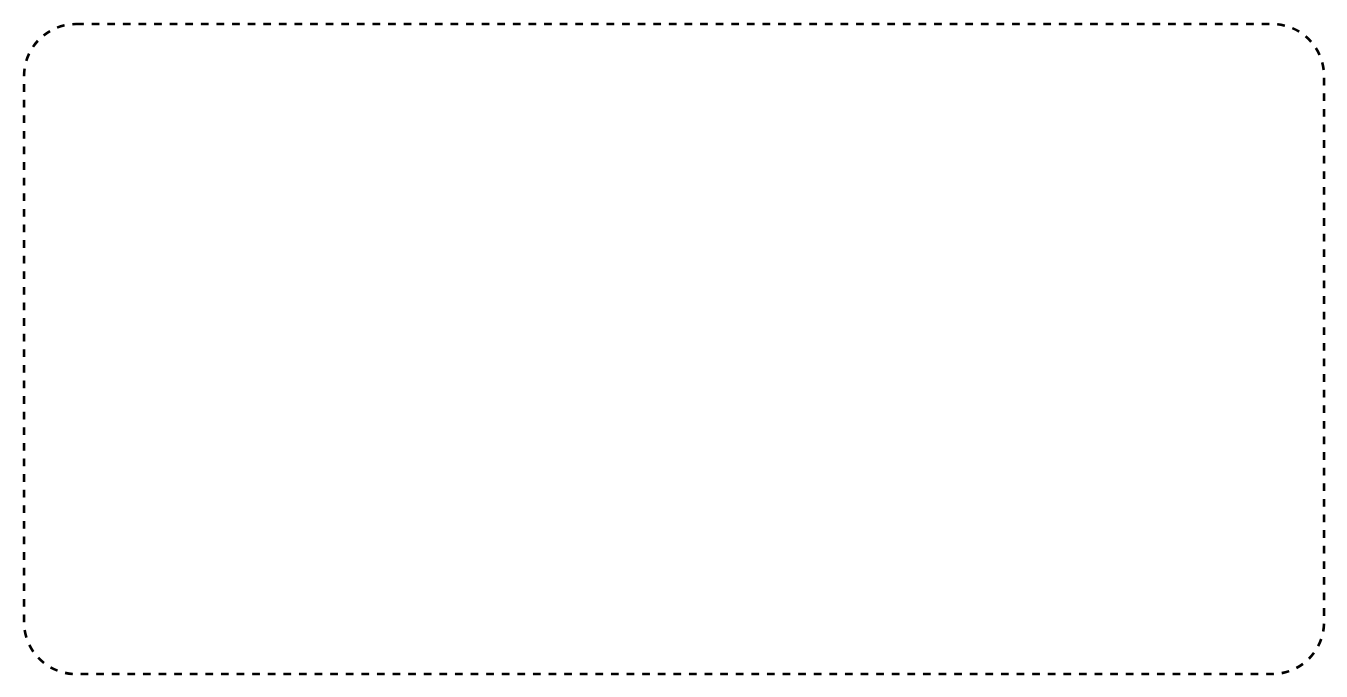
Above: 研究过程关系图.drawio in gyh-ustc/Graduation-Dissertation (draw.io), before the change. Source tidied: cells renumbered, new cells numbered last; positions are measured from the earlier drawing's top-left corner, leaving out a move shared by most shapes. Both pictures are drawn from the tidied source at 130%, with x=0, y=0 at pixel (23, 23).
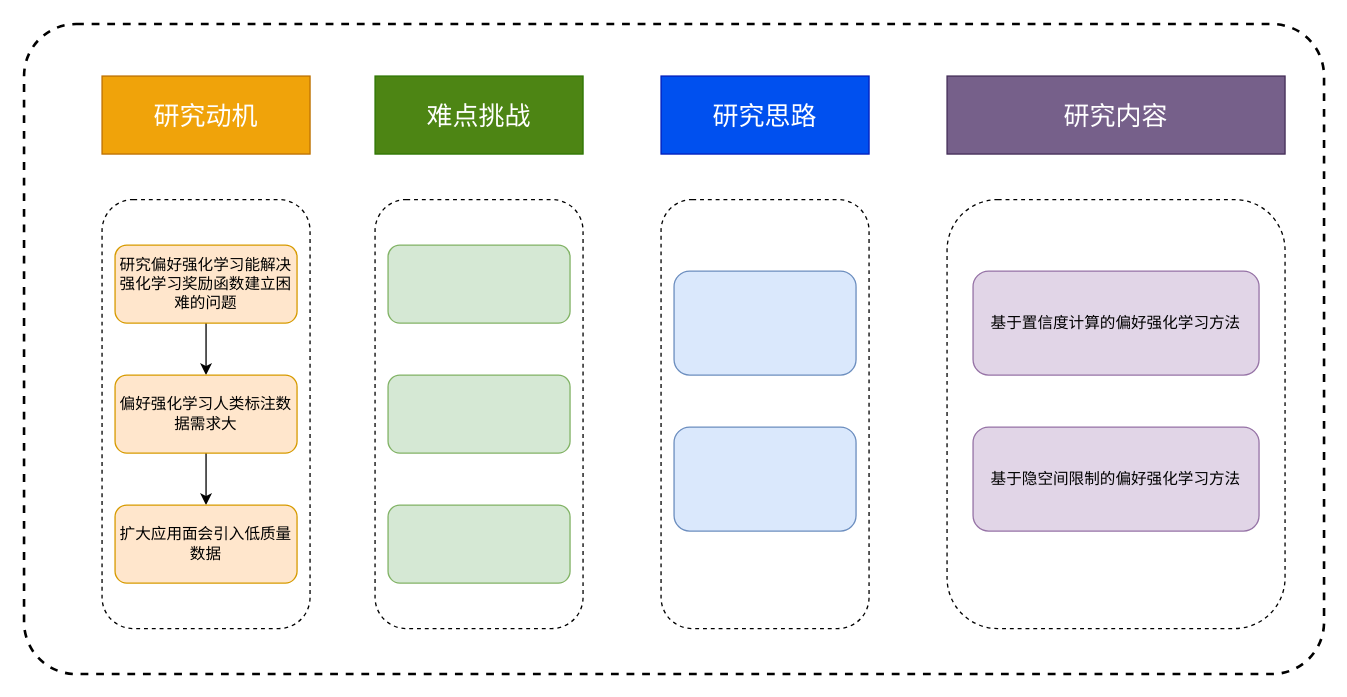
Above is the later version.

Commit message (it also covers changes not shown here):
更新研究过程关系图.drawio

The edit, as a diff of the source:
```diff
@@
+    <mxCell id="3" style="rounded=1;whiteSpace=wrap;html=1;dashed=1;" parent="1" vertex="1">
+      <mxGeometry x="710" y="135" width="260" height="330" as="geometry" />
+    </mxCell>
+    <mxCell id="4" style="rounded=1;whiteSpace=wrap;html=1;dashed=1;" parent="1" vertex="1">
+      <mxGeometry x="490" y="135" width="160" height="330" as="geometry" />
+    </mxCell>
+    <mxCell id="5" style="rounded=1;whiteSpace=wrap;html=1;dashed=1;" parent="1" vertex="1">
+      <mxGeometry x="270" y="135" width="160" height="330" as="geometry" />
+    </mxCell>
+    <mxCell id="6" style="rounded=1;whiteSpace=wrap;html=1;dashed=1;" parent="1" vertex="1">
+      <mxGeometry x="60" y="135" width="160" height="330" as="geometry" />
+    </mxCell>
+    <mxCell id="7" value="&lt;font style=&quot;font-size: 20px; color: rgb(255, 255, 255);&quot;&gt;研究动机&lt;/font&gt;" style="rounded=0;whiteSpace=wrap;html=1;fillColor=#f0a30a;strokeColor=#BD7000;fontColor=#000000;" parent="1" vertex="1">
+      <mxGeometry x="60" y="40" width="160" height="60" as="geometry" />
+    </mxCell>
+    <mxCell id="8" value="&lt;font style=&quot;font-size: 20px;&quot;&gt;难点挑战&lt;/font&gt;" style="rounded=0;whiteSpace=wrap;html=1;fillColor=light-dark(#4d8514, #4a890c);fontColor=#ffffff;strokeColor=#2D7600;" parent="1" vertex="1">
+      <mxGeometry x="270" y="40" width="160" height="60" as="geometry" />
+    </mxCell>
+    <mxCell id="9" value="&lt;font style=&quot;font-size: 20px;&quot;&gt;研究思路&lt;/font&gt;" style="rounded=0;whiteSpace=wrap;html=1;fillColor=#0050ef;fontColor=#ffffff;strokeColor=#001DBC;" parent="1" vertex="1">
+      <mxGeometry x="490" y="40" width="160" height="60" as="geometry" />
+    </mxCell>
+    <mxCell id="10" value="&lt;span style=&quot;font-size: 20px;&quot;&gt;研究内容&lt;/span&gt;" style="rounded=0;whiteSpace=wrap;html=1;fillColor=#76608a;fontColor=#ffffff;strokeColor=#432D57;" parent="1" vertex="1">
+      <mxGeometry x="710" y="40" width="260" height="60" as="geometry" />
+    </mxCell>
+    <mxCell id="11" style="edgeStyle=orthogonalEdgeStyle;rounded=0;jettySize=auto;html=1;exitX=0.5;exitY=1;exitDx=0;exitDy=0;entryX=0.5;entryY=0;entryDx=0;entryDy=0;" parent="1" edge="1" source="12" target="14">
+      <mxGeometry relative="1" as="geometry" />
+    </mxCell>
+    <mxCell id="12" value="研究偏好强化学习能解决强化学习奖励函数建立困难的问题" style="rounded=1;whiteSpace=wrap;html=1;fillColor=#ffe6cc;strokeColor=#d79b00;" parent="1" vertex="1">
+      <mxGeometry x="70" y="170" width="140" height="60" as="geometry" />
+    </mxCell>
+    <mxCell id="13" style="edgeStyle=orthogonalEdgeStyle;rounded=0;jettySize=auto;html=1;exitX=0.5;exitY=1;exitDx=0;exitDy=0;entryX=0.5;entryY=0;entryDx=0;entryDy=0;" parent="1" edge="1" source="14" target="15">
+      <mxGeometry relative="1" as="geometry" />
+    </mxCell>
+    <mxCell id="14" value="偏好强化学习人类标注数据需求大" style="rounded=1;whiteSpace=wrap;html=1;fillColor=#ffe6cc;strokeColor=#d79b00;" parent="1" vertex="1">
+      <mxGeometry x="70" y="270" width="140" height="60" as="geometry" />
+    </mxCell>
+    <mxCell id="15" value="扩大应用面会引入低质量数据" style="rounded=1;whiteSpace=wrap;html=1;fillColor=#ffe6cc;strokeColor=#d79b00;" parent="1" vertex="1">
+      <mxGeometry x="70" y="370" width="140" height="60" as="geometry" />
+    </mxCell>
+    <mxCell id="16" style="rounded=1;whiteSpace=wrap;html=1;fillColor=#d5e8d4;strokeColor=#82b366;" parent="1" vertex="1">
+      <mxGeometry x="280" y="170" width="140" height="60" as="geometry" />
+    </mxCell>
+    <mxCell id="17" style="rounded=1;whiteSpace=wrap;html=1;fillColor=#d5e8d4;strokeColor=#82b366;" parent="1" vertex="1">
+      <mxGeometry x="280" y="270" width="140" height="60" as="geometry" />
+    </mxCell>
+    <mxCell id="18" style="rounded=1;whiteSpace=wrap;html=1;fillColor=#d5e8d4;strokeColor=#82b366;" parent="1" vertex="1">
+      <mxGeometry x="280" y="370" width="140" height="60" as="geometry" />
+    </mxCell>
+    <mxCell id="19" style="rounded=1;whiteSpace=wrap;html=1;fillColor=#dae8fc;strokeColor=#6c8ebf;" parent="1" vertex="1">
+      <mxGeometry x="500" y="190" width="140" height="80" as="geometry" />
+    </mxCell>
+    <mxCell id="20" value="基于置信度计算的偏好强化学习方法" style="rounded=1;whiteSpace=wrap;html=1;fillColor=#e1d5e7;strokeColor=#9673a6;" parent="1" vertex="1">
+      <mxGeometry x="730" y="190" width="220" height="80" as="geometry" />
+    </mxCell>
+    <mxCell id="21" value="基于隐空间限制的偏好强化学习方法" style="rounded=1;whiteSpace=wrap;html=1;fillColor=#e1d5e7;strokeColor=#9673a6;" parent="1" vertex="1">
+      <mxGeometry x="730" y="310" width="220" height="80" as="geometry" />
+    </mxCell>
+    <mxCell id="22" style="rounded=1;whiteSpace=wrap;html=1;fillColor=#dae8fc;strokeColor=#6c8ebf;" parent="1" vertex="1">
+      <mxGeometry x="500" y="310" width="140" height="80" as="geometry" />
+    </mxCell>
```
